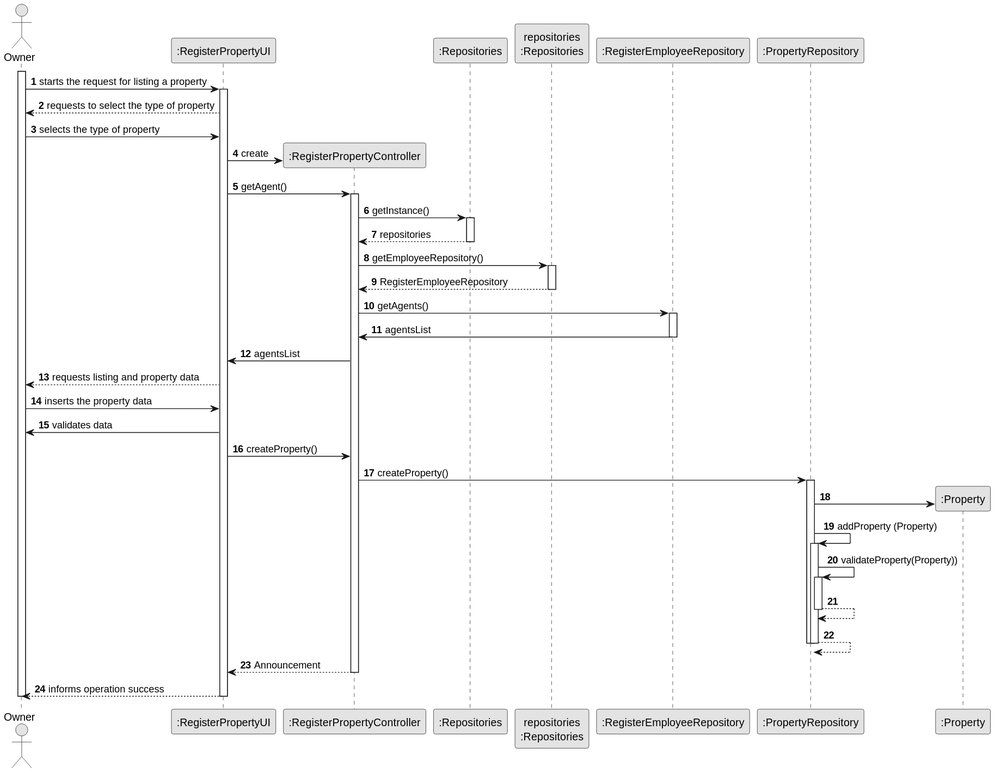
Above: docs/sprintB/US004/03.design/svg/US004-SD.svg in tiagohcorreia/LAPR2 (PlantUML), before the change. Source of this version:
```plantuml
@startuml
skinparam monochrome true
skinparam packageStyle rectangle
skinparam shadowing false

autonumber

actor Owner as owner
participant ":RegisterPropertyUI" as ui
participant ":RegisterPropertyController" as ctrl
participant ":Repositories" as RepositorySingleton
participant "repositories\n:Repositories" as rep
participant ":RegisterEmployeeRepository" as repEmp
participant ":PropertyRepository" as repProp
participant ":Property" as property

activate owner

        owner -> ui : starts the request for listing a property

        activate ui

        ui--> owner : requests to select the type of property

        owner -> ui: selects the type of property

        ui -> ctrl** : create

        ui-> ctrl: getAgent()

        activate ctrl

        ctrl -> RepositorySingleton: getInstance()
        activate RepositorySingleton
        RepositorySingleton --> ctrl: repositories
        deactivate RepositorySingleton

        ctrl -> rep: getEmployeeRepository()
        activate rep
        rep--> ctrl: RegisterEmployeeRepository
        deactivate rep

        ctrl ->repEmp: getAgents()
        activate repEmp
        repEmp -> ctrl: agentsList
        deactivate repEmp

        ctrl-> ui: agentsList

        ui --> owner : requests listing and property data

        owner -> ui : inserts the property data

        ui-> owner: validates data

        ui -> ctrl: createProperty()
        ctrl -> repProp: createProperty()
        activate repProp

        repProp -> property **:
        repProp -> repProp: addProperty (Property)
        activate repProp
            repProp -> repProp: validateProperty(Property))
            activate repProp
                repProp --> repProp
            deactivate repProp
            repProp --> repProp
        deactivate repProp

        deactivate repProp

            ctrl --> ui: Announcement
        deactivate ctrl
            ui --> owner: informs operation success
        deactivate ui

deactivate owner


          @enduml
```
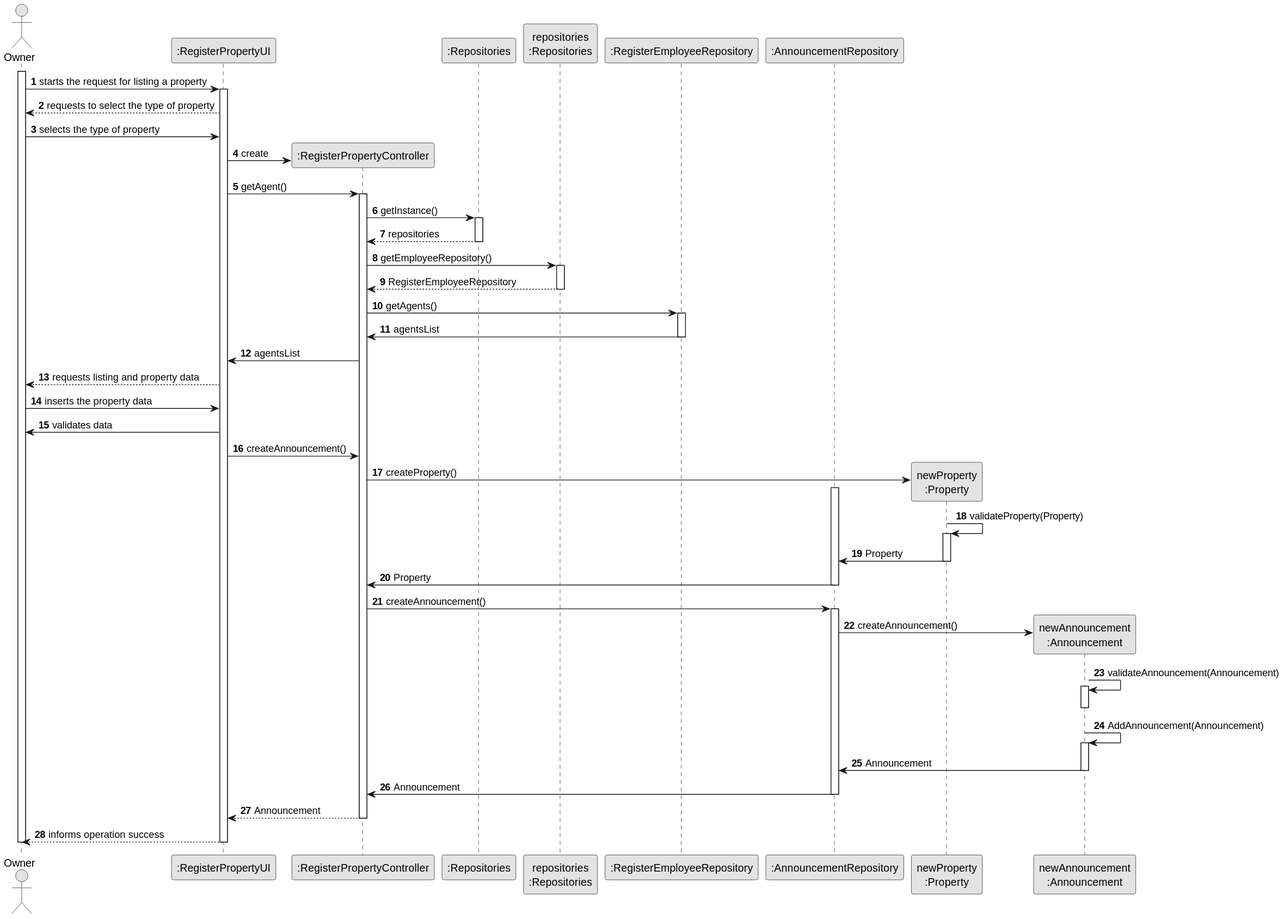
Later version of the same file.

What changed in the source:
```diff
@@ -11,8 +11,9 @@
 participant ":Repositories" as RepositorySingleton
 participant "repositories\n:Repositories" as rep
 participant ":RegisterEmployeeRepository" as repEmp
-participant ":PropertyRepository" as repProp
-participant ":Property" as property
+participant ":AnnouncementRepository" as repAnounc
+participant "newProperty\n:Property" as property
+participant "newAnnouncement\n:Announcement" as announcement
 
 activate owner
 
@@ -53,21 +54,28 @@
 
         ui-> owner: validates data
 
-        ui -> ctrl: createProperty()
-        ctrl -> repProp: createProperty()
-        activate repProp
-
-        repProp -> property **:
-        repProp -> repProp: addProperty (Property)
-        activate repProp
-            repProp -> repProp: validateProperty(Property))
-            activate repProp
-                repProp --> repProp
-            deactivate repProp
-            repProp --> repProp
-        deactivate repProp
-
-        deactivate repProp
+        ui -> ctrl: createAnnouncement()
+        ctrl -> property**: createProperty()
+        activate repAnounc
+        property -> property: validateProperty(Property)
+        activate property
+        property -> repAnounc: Property
+        deactivate property
+        repAnounc-> ctrl: Property
+        deactivate repAnounc
+        deactivate repAnounc
+        ctrl -> repAnounc: createAnnouncement()
+        activate repAnounc
+        repAnounc-> announcement**: createAnnouncement()
+        announcement -> announcement: validateAnnouncement(Announcement)
+        activate announcement
+        deactivate announcement
+        announcement -> announcement:AddAnnouncement(Announcement)
+        activate announcement
+        announcement->repAnounc: Announcement
+        deactivate announcement
+        repAnounc ->ctrl: Announcement
+        deactivate repAnounc
 
             ctrl --> ui: Announcement
         deactivate ctrl
```
